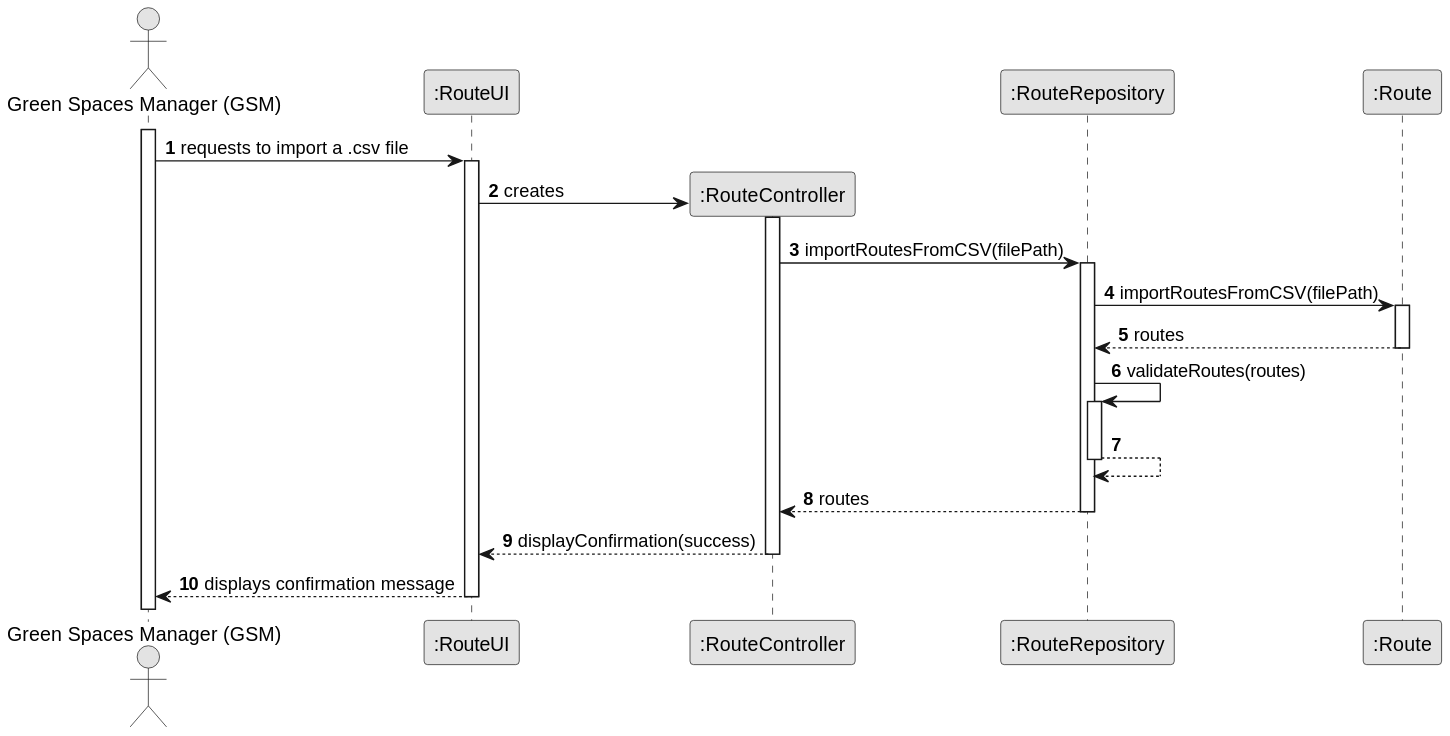
Above: docs/sprintB/us012/03.design/svg/us012-sequence-diagram-full.svg in ricardomm7/leaflink (PlantUML), before the change.
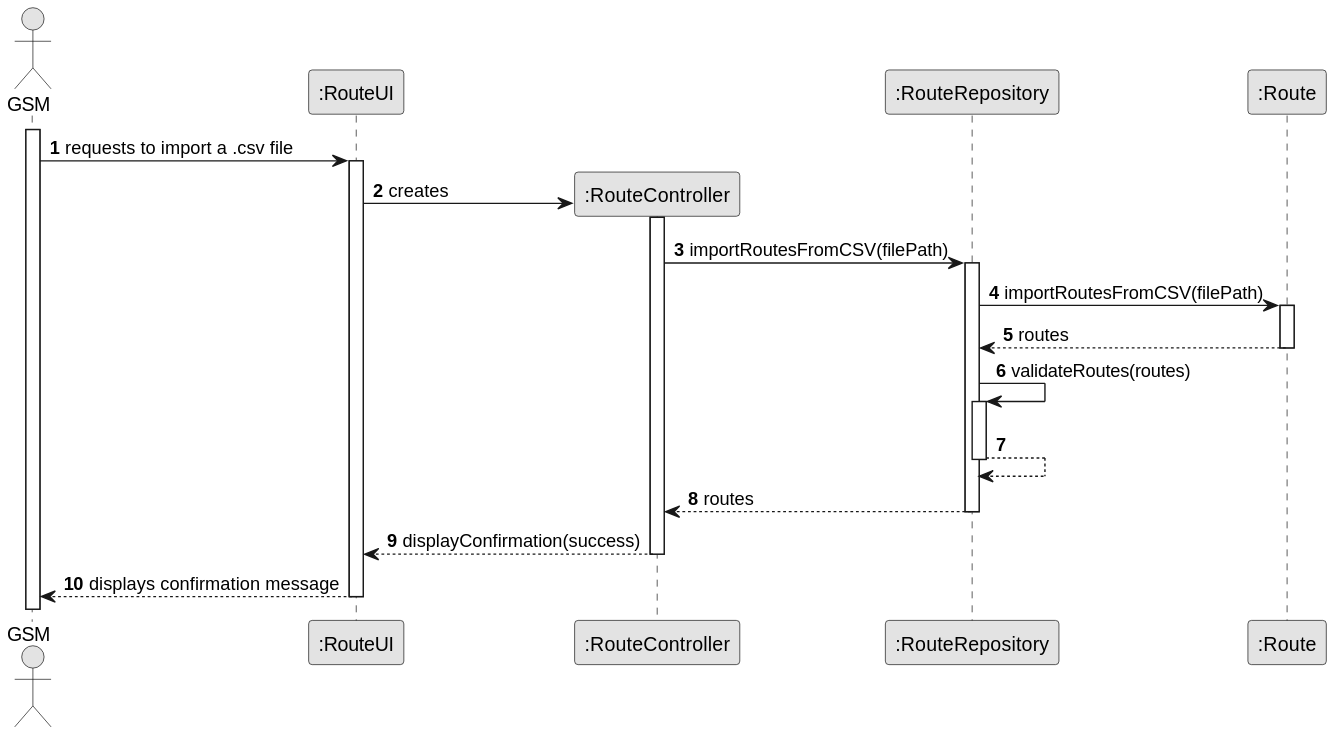
Later version of the same file.

The edit, as a diff of the source:
```diff
@@ -5,7 +5,7 @@
 
 autonumber
 
-actor "Green Spaces Manager (GSM)" as GSM
+actor "GSM" as GSM
 participant ":RouteUI" as UI
 participant ":RouteController" as CTR
 participant ":RouteRepository" as Repository
```
